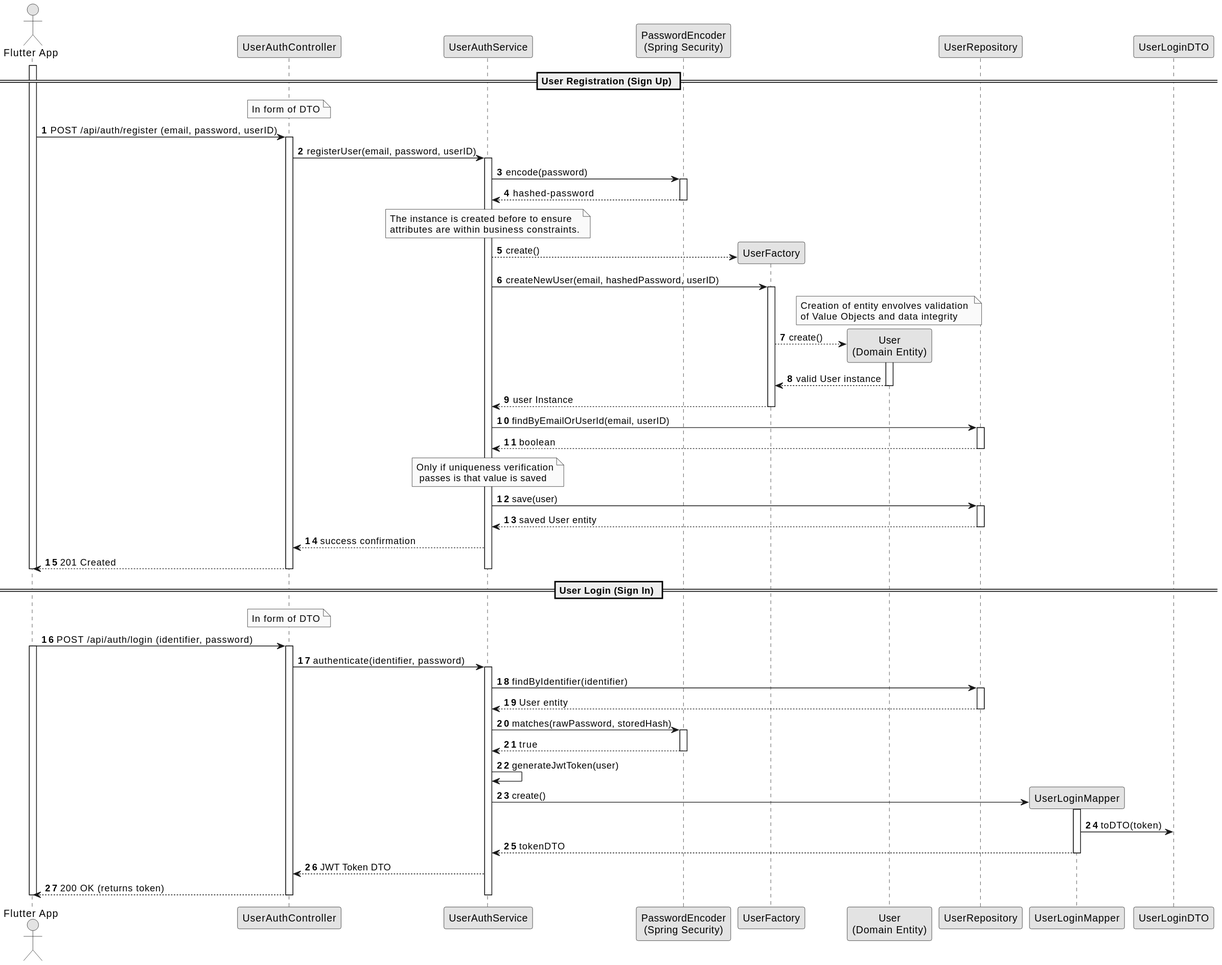
Above: backend/docs/US008/US008_SD.svg in Pedro-P21/FitMaxxer (PlantUML), before the change.
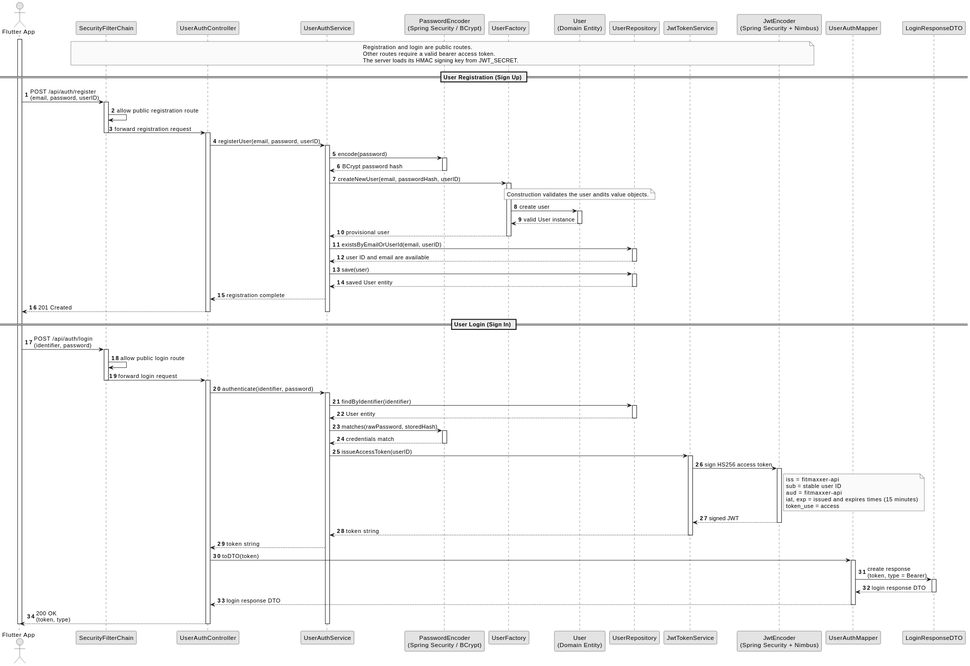
Above is the later version.

Diff of the diagram source:
```diff
@@ -5,87 +5,110 @@
 skinparam shadowing false
 
 actor "Flutter App" as Client
+participant "SecurityFilterChain" as SecurityChain
 participant "UserAuthController" as Controller
 participant "UserAuthService" as Service
-participant "PasswordEncoder\n(Spring Security)" as Security
+participant "PasswordEncoder\n(Spring Security / BCrypt)" as PasswordEncoder
 participant "UserFactory" as Factory
 participant "User\n(Domain Entity)" as User
 participant "UserRepository" as Repo
-participant "UserLoginMapper" as Mapper
-participant "UserLoginDTO" as DTO
+participant "JwtTokenService" as TokenService
+participant "JwtEncoder\n(Spring Security + Nimbus)" as JwtEncoder
+participant "UserAuthMapper" as Mapper
+participant "LoginResponseDTO" as DTO
 
+note over SecurityChain,JwtEncoder
+  Registration and login are public routes.
+  Other routes require a valid bearer access token.
+  The server loads its HMAC signing key from JWT_SECRET.
+end note
 
 activate Client
 == User Registration (Sign Up) ==
-note over Controller: In form of DTO
-Client -> Controller : POST /api/auth/register (email, password, userID)
+Client -> SecurityChain : POST /api/auth/register\n(email, password, userID)
+activate SecurityChain
+SecurityChain -> SecurityChain : allow public registration route
+SecurityChain -> Controller : forward registration request
+deactivate SecurityChain
 activate Controller
 
 Controller -> Service : registerUser(email, password, userID)
 activate Service
-Service -> Security : encode(password)
-activate Security
-Security --> Service : hashed-password
-note over Service: The instance is created before to ensure \nattributes are within business constraints.
-deactivate Security
-Service --> Factory**: create()
+Service -> PasswordEncoder : encode(password)
+activate PasswordEncoder
+PasswordEncoder --> Service : BCrypt password hash
+deactivate PasswordEncoder
 
-Service -> Factory: createNewUser(email, hashedPassword, userID)
+Service -> Factory : createNewUser(email, passwordHash, userID)
 activate Factory
-note over User: Creation of entity envolves validation \nof Value Objects and data integrity
-Factory --> User**: create()
+note over User: Construction validates the user andits value objects.
+Factory -> User : create user
 activate User
 User --> Factory : valid User instance
 deactivate User
-Factory --> Service: user Instance
+Factory --> Service : provisional user
 deactivate Factory
 
-Service -> Repo : findByEmailOrUserId(email, userID)
+Service -> Repo : existsByEmailOrUserId(email, userID)
 activate Repo
-Repo --> Service : boolean
+Repo --> Service : user ID and email are available
 deactivate Repo
 
-note over Service: Only if uniqueness verification\n passes is that value is saved
 Service -> Repo : save(user)
 activate Repo
 Repo --> Service : saved User entity
 deactivate Repo
-
-Service --> Controller : success confirmation
+Service --> Controller : registration complete
 Controller --> Client : 201 Created
-
 deactivate Service
 deactivate Controller
-deactivate Client
-
 
 == User Login (Sign In) ==
-note over Controller: In form of DTO
-Client -> Controller : POST /api/auth/login (identifier, password)
-activate Client
+Client -> SecurityChain : POST /api/auth/login\n(identifier, password)
+activate SecurityChain
+SecurityChain -> SecurityChain : allow public login route
+SecurityChain -> Controller : forward login request
+deactivate SecurityChain
 activate Controller
 
 Controller -> Service : authenticate(identifier, password)
 activate Service
-
 Service -> Repo : findByIdentifier(identifier)
 activate Repo
 Repo --> Service : User entity
 deactivate Repo
 
-Service -> Security : matches(rawPassword, storedHash)
-activate Security
-Security --> Service : true
-deactivate Security
+Service -> PasswordEncoder : matches(rawPassword, storedHash)
+activate PasswordEncoder
+PasswordEncoder --> Service : credentials match
+deactivate PasswordEncoder
 
-Service -> Service : generateJwtToken(user)
-Service -> Mapper**: create()
+Service -> TokenService : issueAccessToken(userID)
+activate TokenService
+TokenService -> JwtEncoder : sign HS256 access token
+activate JwtEncoder
+note right of JwtEncoder
+  iss = fitmaxxer-api
+  sub = stable user ID
+  aud = fitmaxxer-api
+  iat, exp = issued and expires times (15 minutes)
+  token_use = access
+end note
+JwtEncoder --> TokenService : signed JWT
+deactivate JwtEncoder
+TokenService --> Service : token string
+deactivate TokenService
+
+Service --> Controller : token string
+Controller -> Mapper : toDTO(token)
 activate Mapper
-Mapper -> DTO: toDTO(token)
-Mapper --> Service: tokenDTO
+Mapper -> DTO : create response\n(token, type = Bearer)
+activate DTO
+DTO --> Mapper : login response DTO
+deactivate DTO
+Mapper --> Controller : login response DTO
 deactivate Mapper
-Service --> Controller : JWT Token DTO
-Controller --> Client : 200 OK (returns token)
+Controller --> Client : 200 OK\n(token, type)
 
 deactivate Service
 deactivate Controller
```
